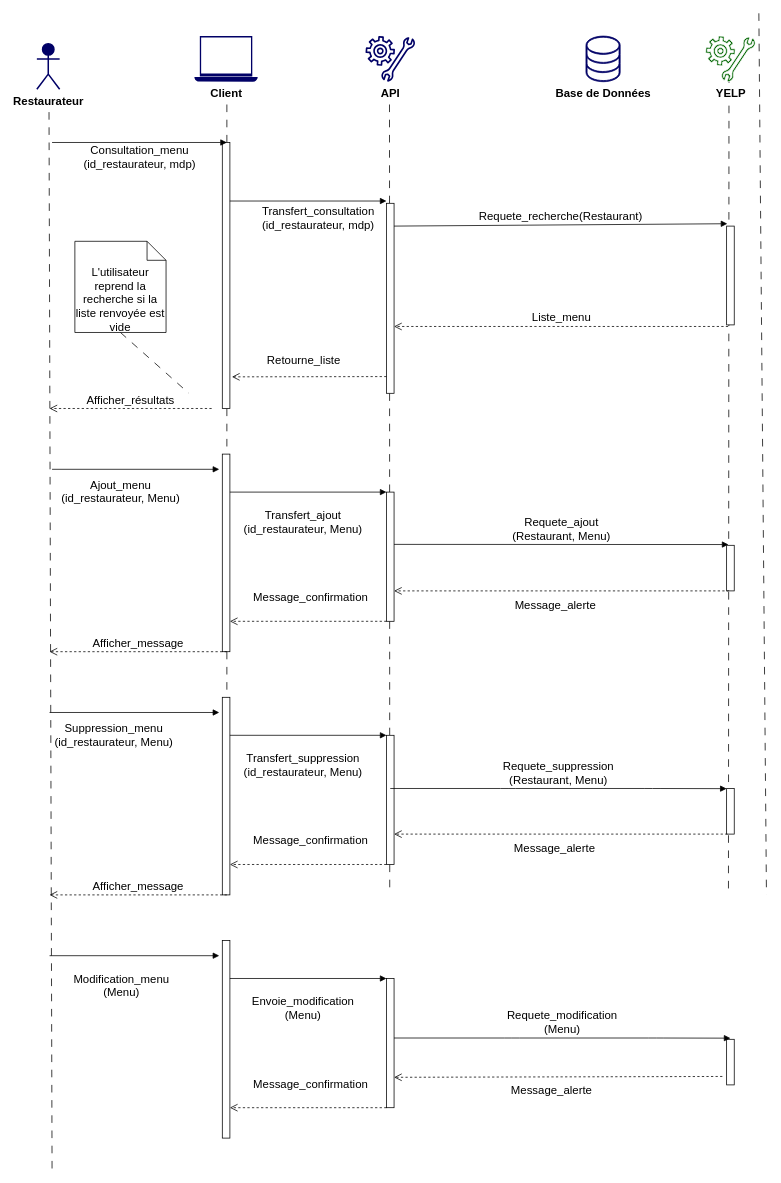
Earlier version of the draw.io diagram diagramme_sequence_restaurateur.drawio (TheAIWizard/Ensaeats). Source tidied: cells renumbered, new cells numbered last; positions are measured from the earlier drawing's top-left corner, leaving out a move shared by most shapes. Both pictures are drawn from the tidied source at 76%, with x=0, y=0 at pixel (36, 13).
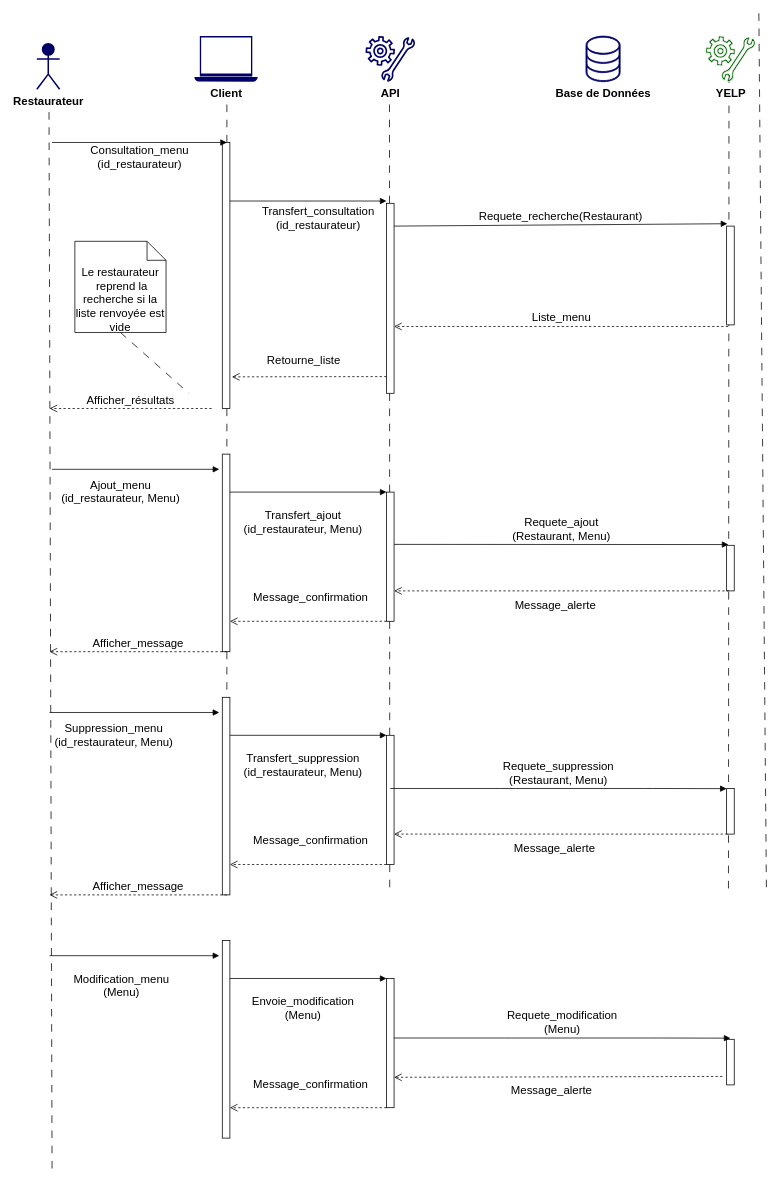
Above is the later version.

Commit message:
sequence restaurateur

The change refers to these unchanged cells:
```xml
<mxCell id="11" style="html=1;points=[];perimeter=orthogonalPerimeter;labelBackgroundColor=#ffffff;fontSize=15;strokeColor=#000000;strokeWidth=1;fillColor=#FFFFFF;" parent="1" vertex="1">
  <mxGeometry x="244" y="170" width="10" height="350" as="geometry" />
</mxCell>
```

What changed in the source:
```diff
@@
-    <mxCell id="13" value="Consultation_menu&lt;br&gt;(id_restaurateur, mdp)" style="html=1;verticalAlign=bottom;endArrow=block;fontSize=15;" parent="1" edge="1">
+    <mxCell id="13" value="Consultation_menu&lt;br&gt;(id_restaurateur)" style="html=1;verticalAlign=bottom;endArrow=block;fontSize=15;" parent="1" edge="1">
       <mxGeometry y="-40" relative="1" as="geometry">
         <mxPoint x="20" y="170" as="sourcePoint" />
         <mxPoint x="250" y="170" as="targetPoint" />
       </mxGeometry>
     </mxCell>
-    <mxCell id="14" value="Transfert_consultation&lt;br style=&quot;font-size: 15px&quot;&gt;(id_restaurateur, mdp)" style="html=1;verticalAlign=bottom;endArrow=block;fontSize=15;exitX=0.986;exitY=0.22;exitDx=0;exitDy=0;exitPerimeter=0;" parent="1" edge="1" source="11">
+    <mxCell id="14" value="Transfert_consultation&lt;br style=&quot;font-size: 15px&quot;&gt;(id_restaurateur)" style="html=1;verticalAlign=bottom;endArrow=block;fontSize=15;exitX=0.986;exitY=0.22;exitDx=0;exitDy=0;exitPerimeter=0;" parent="1" edge="1" source="11">
       <mxGeometry x="0.13" y="-43" relative="1" as="geometry">
         <mxPoint x="460" y="247" as="targetPoint" />
       </mxGeometry>
     </mxCell>
@@
-    <mxCell id="28" value="L'utilisateur reprend la recherche si la liste renvoyée est vide" style="shape=note2;boundedLbl=1;whiteSpace=wrap;html=1;size=25;verticalAlign=top;align=center;fontSize=15;" parent="1" vertex="1">
+    <mxCell id="28" value="Le restaurateur&lt;br&gt;&amp;nbsp;reprend la recherche si la liste renvoyée est vide" style="shape=note2;boundedLbl=1;whiteSpace=wrap;html=1;size=25;verticalAlign=top;align=center;fontSize=15;" parent="1" vertex="1">
       <mxGeometry x="50" y="300" width="120" height="120" as="geometry" />
     </mxCell>
```
